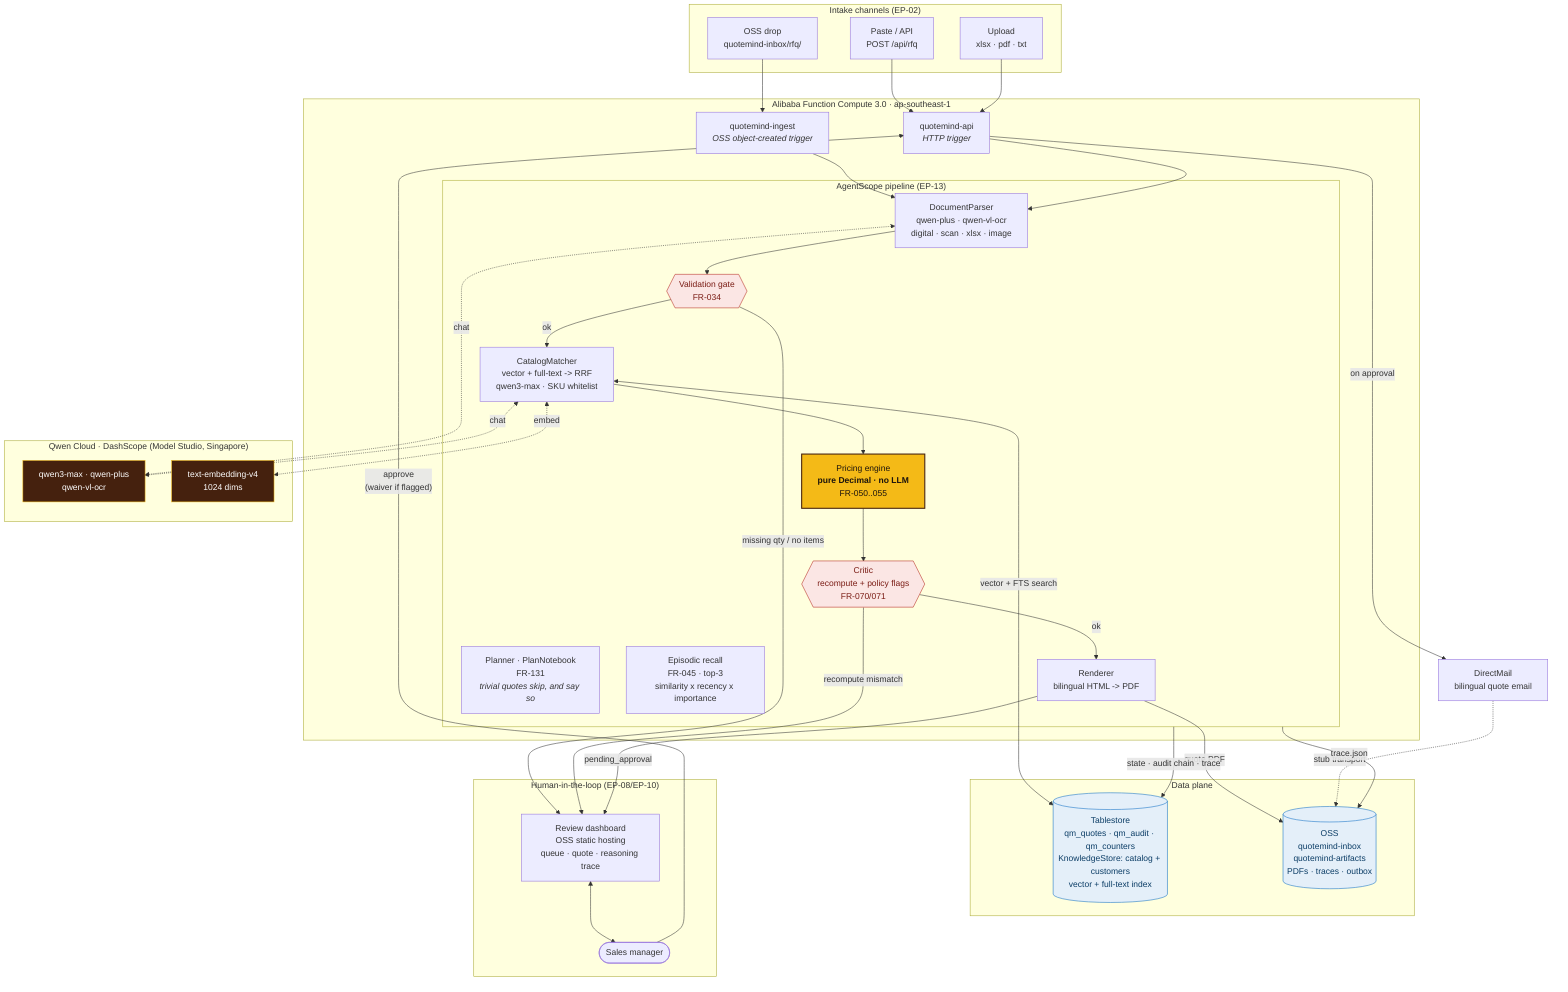
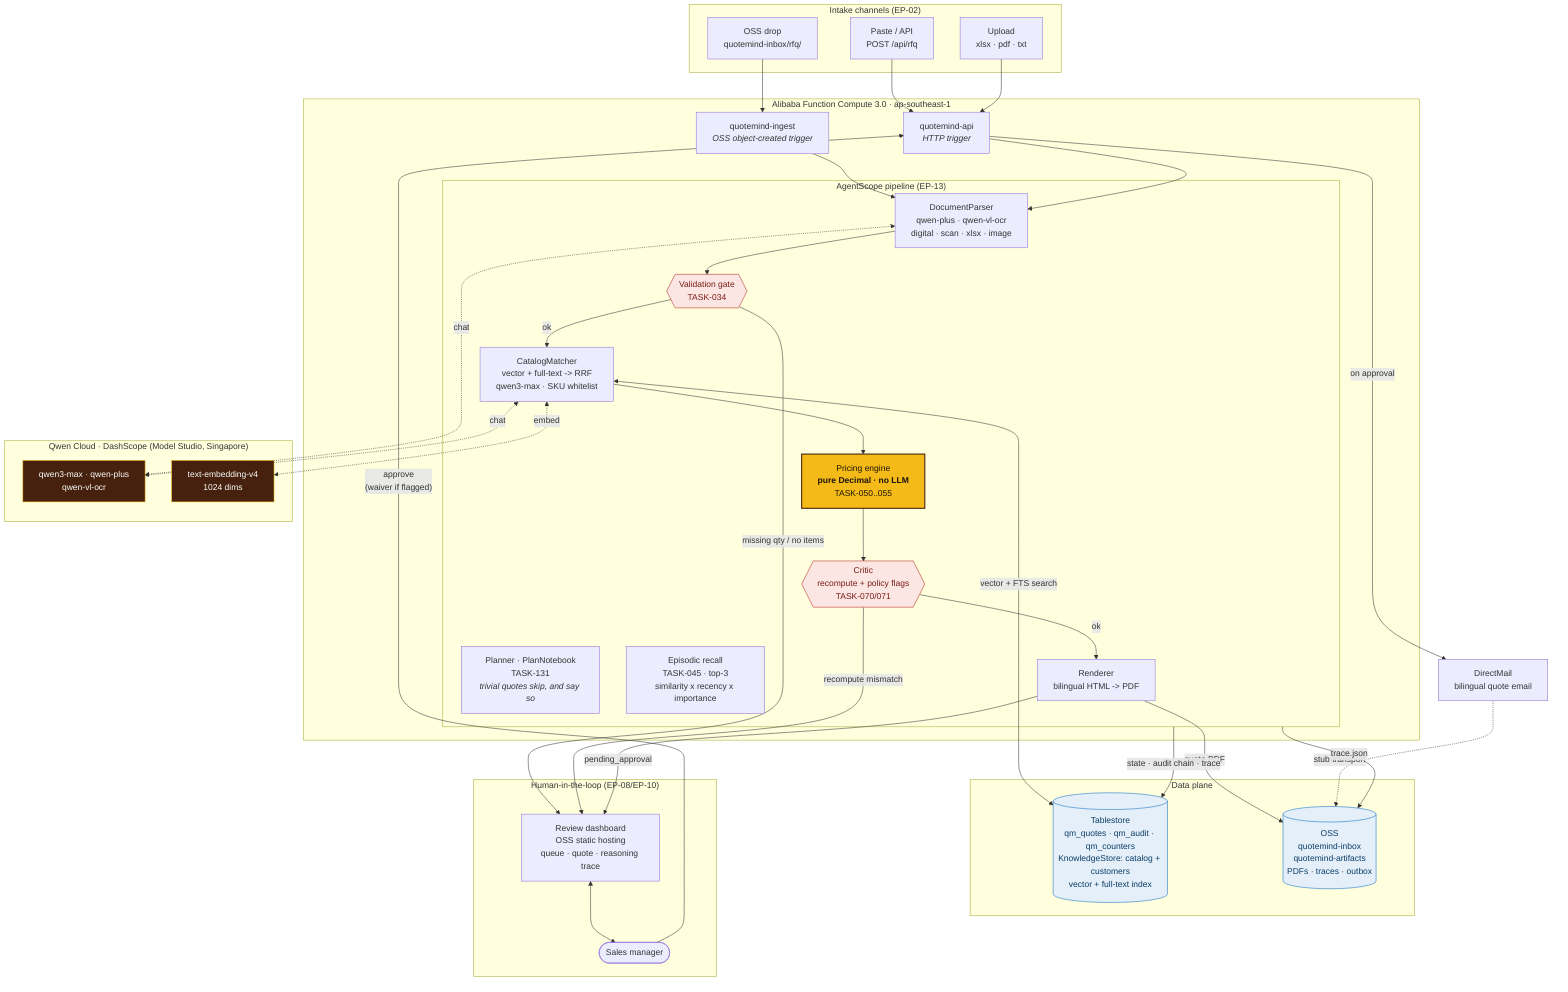
%% SUB-03: QuoteMind architecture. Qwen Cloud <-> backend <-> database <-> frontend.
%% Render: make diagrams  (mermaid-cli -> docs/architecture.png)
graph TB
    subgraph channels["Intake channels (EP-02)"]
        PASTE["Paste / API<br/>POST /api/rfq"]
        UPLOAD["Upload<br/>xlsx · pdf · txt"]
        DROP["OSS drop<br/>quotemind-inbox/rfq/"]
    end

    subgraph fc["Alibaba Function Compute 3.0 · ap-southeast-1"]
        API["quotemind-api<br/><i>HTTP trigger</i>"]
        INGEST["quotemind-ingest<br/><i>OSS object-created trigger</i>"]

        subgraph pipeline["AgentScope pipeline (EP-13)"]
            PARSE["DocumentParser<br/>qwen-plus · qwen-vl-ocr<br/>digital · scan · xlsx · image"]
-             GATE{{"Validation gate<br/>FR-034"}}
-             PLAN["Planner · PlanNotebook<br/>FR-131<br/><i>trivial quotes skip, and say so</i>"]
-             RECALL["Episodic recall<br/>FR-045 · top-3<br/>similarity x recency x importance"]
+             GATE{{"Validation gate<br/>TASK-034"}}
+             PLAN["Planner · PlanNotebook<br/>TASK-131<br/><i>trivial quotes skip, and say so</i>"]
+             RECALL["Episodic recall<br/>TASK-045 · top-3<br/>similarity x recency x importance"]
            MATCH["CatalogMatcher<br/>vector + full-text -> RRF<br/>qwen3-max · SKU whitelist"]
-             PRICE["Pricing engine<br/><b>pure Decimal · no LLM</b><br/>FR-050..055"]
-             CRITIC{{"Critic<br/>recompute + policy flags<br/>FR-070/071"}}
+             PRICE["Pricing engine<br/><b>pure Decimal · no LLM</b><br/>TASK-050..055"]
+             CRITIC{{"Critic<br/>recompute + policy flags<br/>TASK-070/071"}}
            RENDER["Renderer<br/>bilingual HTML -> PDF"]
        end
    end

    subgraph qwen["Qwen Cloud · DashScope (Model Studio, Singapore)"]
        LLM["qwen3-max · qwen-plus<br/>qwen-vl-ocr"]
        EMB["text-embedding-v4<br/>1024 dims"]
    end

    subgraph data["Data plane"]
        TS[("Tablestore<br/>qm_quotes · qm_audit · qm_counters<br/>KnowledgeStore: catalog + customers<br/>vector + full-text index")]
        OSS[("OSS<br/>quotemind-inbox<br/>quotemind-artifacts<br/>PDFs · traces · outbox")]
    end

    subgraph human["Human-in-the-loop (EP-08/EP-10)"]
        DASH["Review dashboard<br/>OSS static hosting<br/>queue · quote · reasoning trace"]
        REVIEWER(["Sales manager"])
    end

    MAIL["DirectMail<br/>bilingual quote email"]

    PASTE --> API
    UPLOAD --> API
    DROP --> INGEST
    INGEST --> PARSE
    API --> PARSE

    PARSE --> GATE
    GATE -->|"missing qty / no items"| DASH
    GATE -->|ok| MATCH
    MATCH --> PRICE --> CRITIC
    CRITIC -->|"recompute mismatch"| DASH
    CRITIC -->|ok| RENDER

    PARSE <-.->|"chat"| LLM
    MATCH <-.->|"chat"| LLM
    MATCH <-.->|"embed"| EMB

    MATCH <-->|"vector + FTS search"| TS
    RENDER -->|"quote PDF"| OSS
    pipeline -->|"state · audit chain · trace"| TS
    pipeline -->|"trace.json"| OSS

    RENDER -->|"pending_approval"| DASH
    DASH <--> REVIEWER
    REVIEWER -->|"approve<br/>(waiver if flagged)"| API
    API -->|"on approval"| MAIL
    MAIL -.->|"stub transport"| OSS

    classDef det fill:#F4BA17,stroke:#45210E,stroke-width:2px,color:#1c140d
    classDef qwenC fill:#45210E,stroke:#F4BA17,color:#fff
    classDef store fill:#e4eff9,stroke:#0F6FC5,color:#0b3d66
    classDef gate fill:#fbe6e4,stroke:#B3261E,color:#7a1c14
    class PRICE det
    class LLM,EMB qwenC
    class TS,OSS store
    class GATE,CRITIC gate
